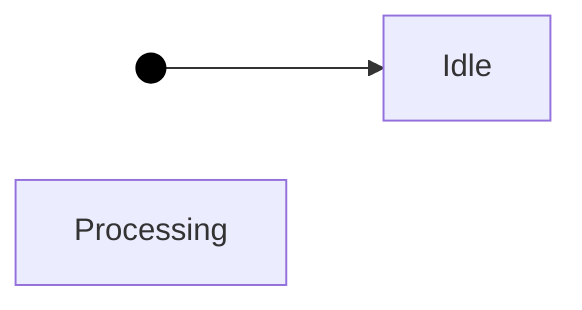
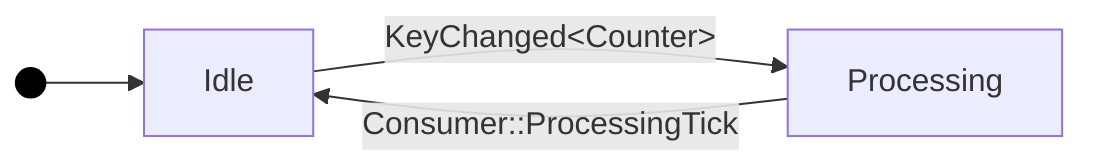
%% Flow diagram for minimal_app::Consumer
%% Generated by scripts/gen-diagrams.py — do not edit by hand.
graph LR
    classDef startMarker fill:#000,stroke:#000,color:#000
    classDef terminalMarker fill:#fff,stroke:#000,stroke-dasharray:3 3

    __start(( )):::startMarker
    Idle
    Processing

    __start --> Idle
+     Idle -->|"KeyChanged&lt;Counter&gt;"| Processing
+     Processing -->|"Consumer::ProcessingTick"| Idle
